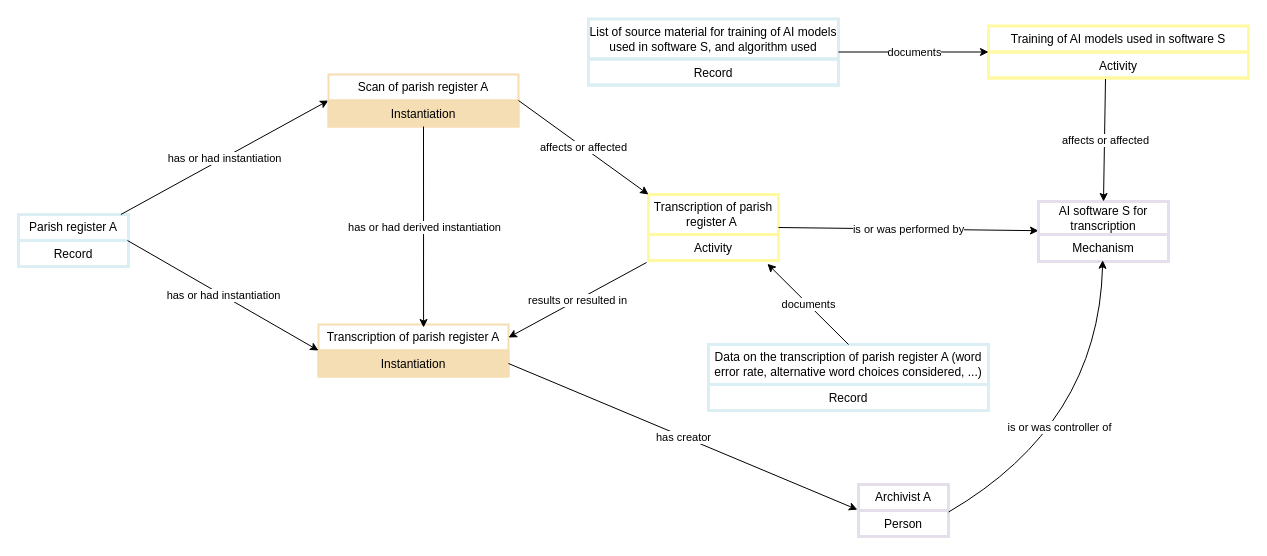
Before: diagram_sources/artificial_intelligence_transcription.drawio in ICA-EGAD/RiC-AG, a draw.io diagram. Source tidied: cells renumbered, new cells numbered last; positions are measured from the earlier drawing's top-left corner, leaving out a move shared by most shapes. Both pictures are drawn from the tidied source at 100%, with x=0, y=0 at pixel (18, 18).
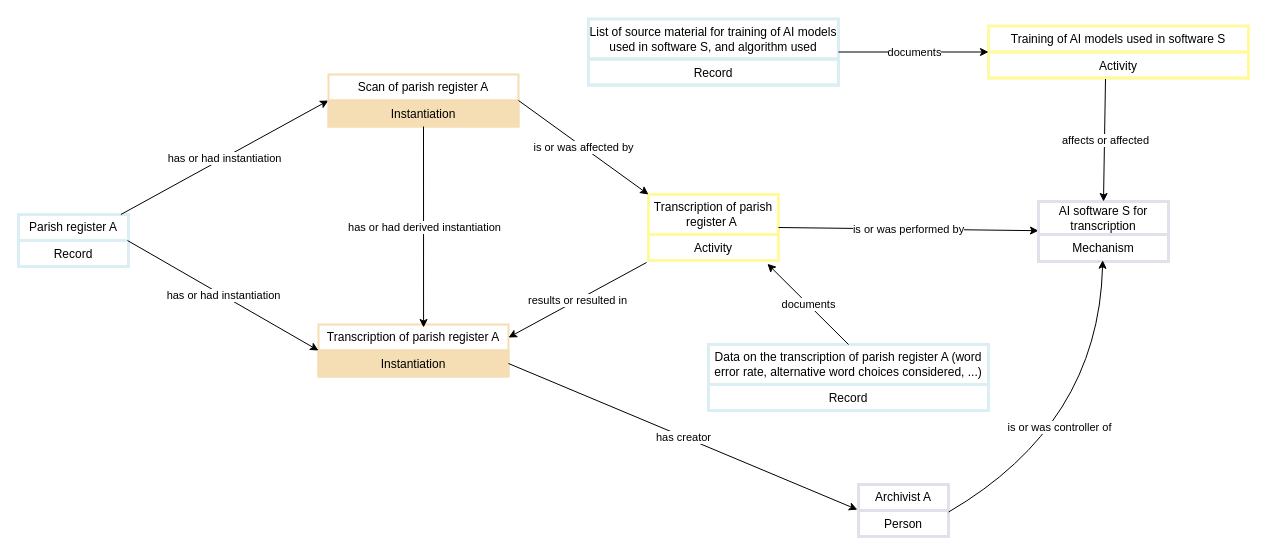
The same page after the edit.

Unchanged cells that the change refers to:
```xml
<mxCell id="28" style="endArrow=classic;html=1;rounded=0;exitX=1;exitY=0.5;exitDx=0;exitDy=0;entryX=0;entryY=0;entryDx=0;entryDy=0;" parent="1" edge="1" source="10" target="14">
  <mxGeometry relative="1" as="geometry" />
</mxCell>
```

What changed in the source:
```diff
@@
-    <mxCell id="29" value="affects or affected" style="edgeLabel;html=1;align=center;verticalAlign=middle;" parent="28" vertex="1">
+    <mxCell id="29" value="is or was affected by" style="edgeLabel;html=1;align=center;verticalAlign=middle;" parent="28" vertex="1">
       <mxGeometry relative="1" as="geometry" />
     </mxCell>
```
